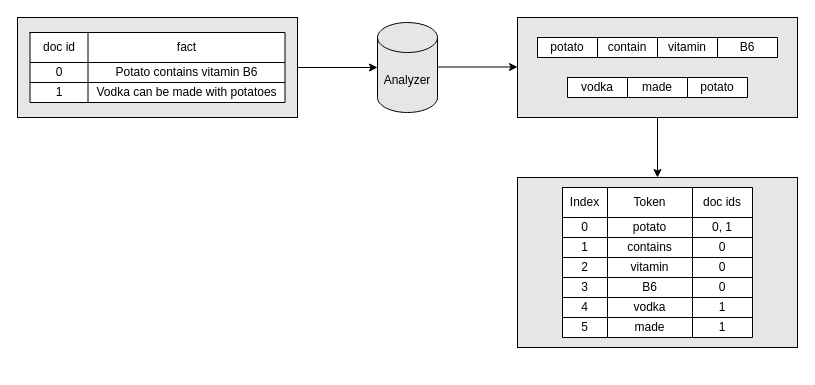
The draw.io diagram AnalysisDiagram.drawio in fosterchris/LuceneDemo, before the edit. Source tidied: cells renumbered, new cells numbered last; positions are measured from the earlier drawing's top-left corner, leaving out a move shared by most shapes. Both pictures are drawn from the tidied source at 100%, with x=0, y=0 at pixel (17, 17).
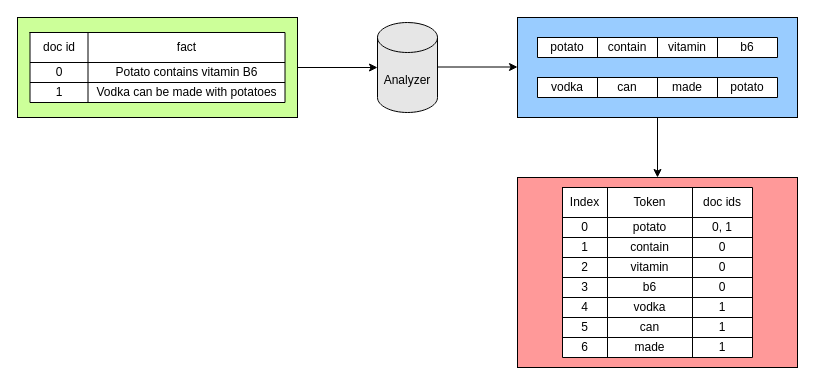
After the change.

Unchanged cells that the change refers to:
```xml
<mxCell id="25" style="shape=partialRectangle;fillColor=none;top=0;left=0;bottom=0;right=0;" parent="16" vertex="1">
  <mxGeometry y="50" width="190" height="20" as="geometry" />
</mxCell>
<mxCell id="33" style="shape=partialRectangle;fillColor=none;top=0;left=0;bottom=0;right=0;" parent="16" vertex="1">
  <mxGeometry y="90" width="190" height="20" as="geometry" />
</mxCell>
<mxCell id="48" style="shape=partialRectangle;fillColor=none;top=0;left=0;bottom=0;right=0;" parent="47" vertex="1">
  <mxGeometry width="240" height="20" as="geometry" />
</mxCell>
```

The edit, as a diff of the source:
```diff
@@
-    <mxCell id="2" style="rounded=0;whiteSpace=wrap;html=1;fillColor=#E6E6E6;" parent="1" vertex="1">
+    <mxCell id="2" style="rounded=0;whiteSpace=wrap;html=1;fillColor=#CCFF99;" parent="1" vertex="1">
       <mxGeometry width="280" height="100" as="geometry" />
     </mxCell>
@@
-    <mxCell id="5" style="rounded=0;whiteSpace=wrap;html=1;shadow=0;sketch=0;strokeColor=#000000;fillColor=#E6E6E6;" parent="1" vertex="1">
-      <mxGeometry x="500" y="160" width="280" height="170" as="geometry" />
+    <mxCell id="5" style="rounded=0;whiteSpace=wrap;html=1;shadow=0;sketch=0;strokeColor=#000000;fillColor=#FF9999;" parent="1" vertex="1">
+      <mxGeometry x="500" y="160" width="280" height="190" as="geometry" />
     </mxCell>
@@
     <mxCell id="16" style="shape=table;startSize=0;childLayout=tableLayout;" parent="1" vertex="1">
-      <mxGeometry x="545" y="170" width="190" height="150" as="geometry" />
+      <mxGeometry x="545" y="170" width="190" height="170" as="geometry" />
     </mxCell>
@@
-    <mxCell id="27" value="contains" style="shape=partialRectangle;html=1;whiteSpace=wrap;overflow=hidden;fillColor=none;top=0;left=0;bottom=0;right=0;" parent="25" vertex="1">
+    <mxCell id="27" value="contain" style="shape=partialRectangle;html=1;whiteSpace=wrap;overflow=hidden;fillColor=none;top=0;left=0;bottom=0;right=0;" parent="25" vertex="1">
       <mxGeometry x="45" width="85" height="20" as="geometry" />
     </mxCell>
@@
-    <mxCell id="35" value="B6" style="shape=partialRectangle;html=1;whiteSpace=wrap;overflow=hidden;fillColor=none;top=0;left=0;bottom=0;right=0;" parent="33" vertex="1">
+    <mxCell id="35" value="b6" style="shape=partialRectangle;html=1;whiteSpace=wrap;overflow=hidden;fillColor=none;top=0;left=0;bottom=0;right=0;" parent="33" vertex="1">
       <mxGeometry x="45" width="85" height="20" as="geometry" />
     </mxCell>
@@
+    <mxCell id="59" style="shape=partialRectangle;fillColor=none;top=0;left=0;bottom=0;right=0;" parent="16" vertex="1">
+      <mxGeometry y="130" width="190" height="20" as="geometry" />
+    </mxCell>
+    <mxCell id="60" value="5" style="shape=partialRectangle;html=1;whiteSpace=wrap;overflow=hidden;fillColor=none;top=0;left=0;bottom=0;right=0;" parent="59" vertex="1">
+      <mxGeometry width="45" height="20" as="geometry" />
+    </mxCell>
+    <mxCell id="61" value="can" style="shape=partialRectangle;html=1;whiteSpace=wrap;overflow=hidden;fillColor=none;top=0;left=0;bottom=0;right=0;" parent="59" vertex="1">
+      <mxGeometry x="45" width="85" height="20" as="geometry" />
+    </mxCell>
+    <mxCell id="62" value="1" style="shape=partialRectangle;html=1;whiteSpace=wrap;overflow=hidden;fillColor=none;top=0;left=0;bottom=0;right=0;" parent="59" vertex="1">
+      <mxGeometry x="130" width="60" height="20" as="geometry" />
+    </mxCell>
     <mxCell id="41" style="shape=partialRectangle;fillColor=none;top=0;left=0;bottom=0;right=0;" parent="16" vertex="1">
-      <mxGeometry y="130" width="190" height="20" as="geometry" />
+      <mxGeometry y="150" width="190" height="20" as="geometry" />
     </mxCell>
-    <mxCell id="42" value="5" style="shape=partialRectangle;html=1;whiteSpace=wrap;overflow=hidden;fillColor=none;top=0;left=0;bottom=0;right=0;" parent="41" vertex="1">
+    <mxCell id="42" value="6" style="shape=partialRectangle;html=1;whiteSpace=wrap;overflow=hidden;fillColor=none;top=0;left=0;bottom=0;right=0;" parent="41" vertex="1">
       <mxGeometry width="45" height="20" as="geometry" />
     </mxCell>
@@
-    <mxCell id="46" style="rounded=0;whiteSpace=wrap;html=1;fillColor=#E6E6E6;" parent="1" vertex="1">
+    <mxCell id="46" style="rounded=0;whiteSpace=wrap;html=1;fillColor=#99CCFF;" parent="1" vertex="1">
       <mxGeometry x="500" width="280" height="100" as="geometry" />
     </mxCell>
@@
-    <mxCell id="52" value="B6" style="shape=partialRectangle;html=1;whiteSpace=wrap;overflow=hidden;fillColor=none;top=0;left=0;bottom=0;right=0;" parent="48" vertex="1">
+    <mxCell id="52" value="b6" style="shape=partialRectangle;html=1;whiteSpace=wrap;overflow=hidden;fillColor=none;top=0;left=0;bottom=0;right=0;" parent="48" vertex="1">
       <mxGeometry x="180" width="60" height="20" as="geometry" />
     </mxCell>
     <mxCell id="53" style="shape=table;startSize=0;childLayout=tableLayout;" parent="1" vertex="1">
-      <mxGeometry x="550" y="60" width="180" height="20" as="geometry" />
+      <mxGeometry x="520" y="60" width="240" height="20" as="geometry" />
     </mxCell>
     <mxCell id="54" style="shape=partialRectangle;fillColor=none;top=0;left=0;bottom=0;right=0;" parent="53" vertex="1">
-      <mxGeometry width="180" height="20" as="geometry" />
+      <mxGeometry width="240" height="20" as="geometry" />
     </mxCell>
@@
+    <mxCell id="63" value="can" style="shape=partialRectangle;html=1;whiteSpace=wrap;overflow=hidden;fillColor=none;top=0;left=0;bottom=0;right=0;" parent="54" vertex="1">
+      <mxGeometry x="60" width="60" height="20" as="geometry" />
+    </mxCell>
     <mxCell id="56" value="made" style="shape=partialRectangle;html=1;whiteSpace=wrap;overflow=hidden;fillColor=none;top=0;left=0;bottom=0;right=0;" parent="54" vertex="1">
-      <mxGeometry x="60" width="60" height="20" as="geometry" />
+      <mxGeometry x="120" width="60" height="20" as="geometry" />
     </mxCell>
     <mxCell id="57" value="potato" style="shape=partialRectangle;html=1;whiteSpace=wrap;overflow=hidden;fillColor=none;top=0;left=0;bottom=0;right=0;" parent="54" vertex="1">
-      <mxGeometry x="120" width="60" height="20" as="geometry" />
+      <mxGeometry x="180" width="60" height="20" as="geometry" />
     </mxCell>
```
